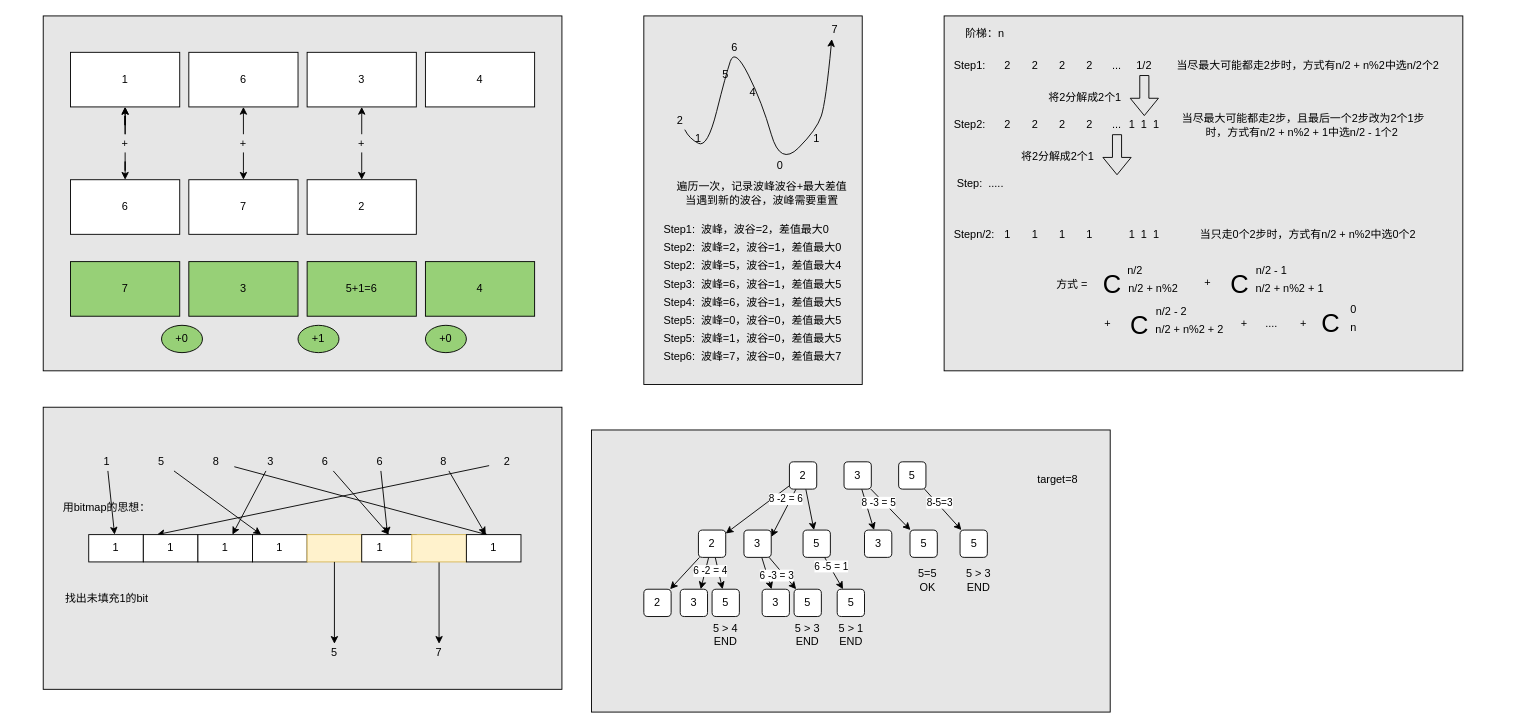
The draw.io diagram algorithm.drawio in luodongseu/diagrams, before the edit. Source tidied: cells renumbered, new cells numbered last; positions are measured from the earlier drawing's top-left corner, leaving out a move shared by most shapes. Both pictures are drawn from the tidied source at 91%, with x=0, y=0 at pixel (15, 15).
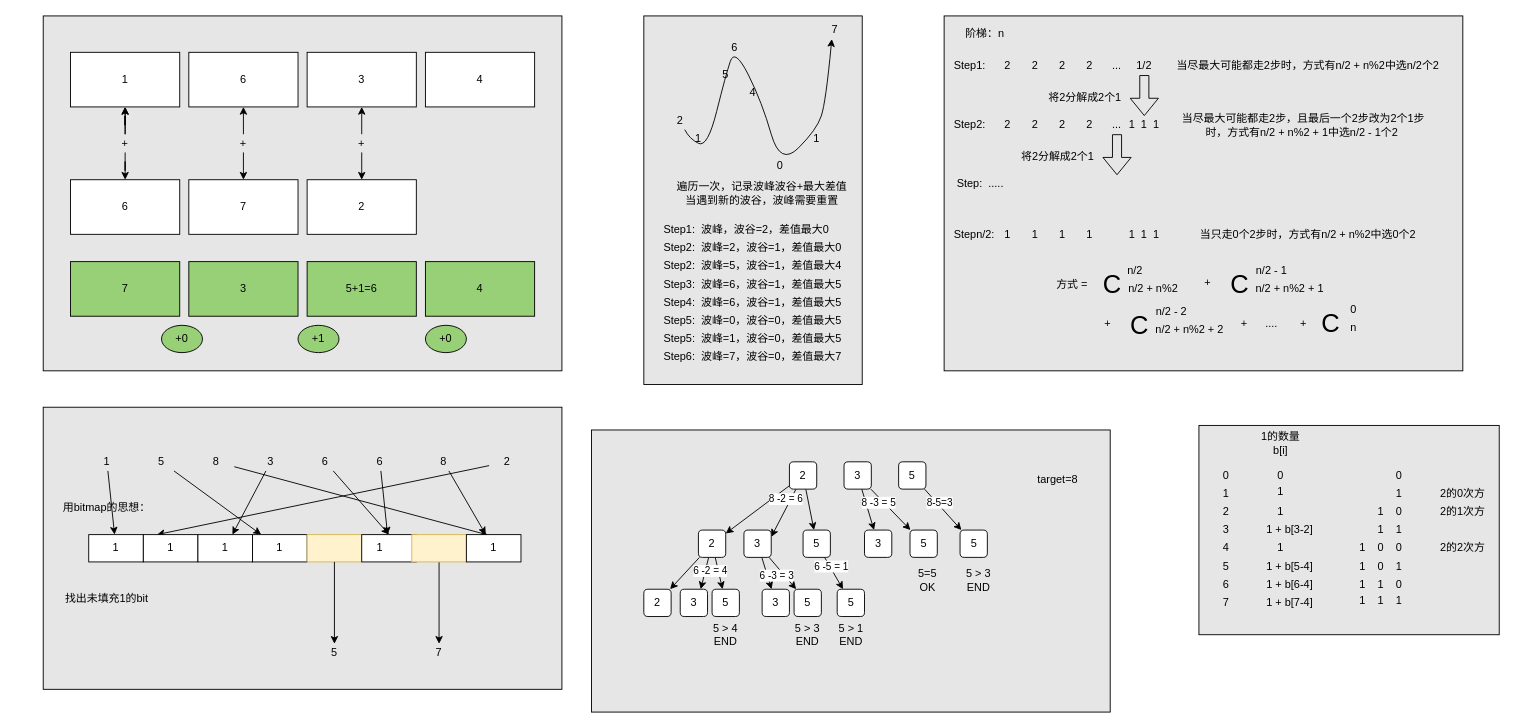
Above is the later version.

Diff of the diagram source:
```diff
@@
+    <mxCell id="171" style="rounded=0;whiteSpace=wrap;html=1;fillColor=#E6E6E6;" parent="1" vertex="1">
+      <mxGeometry x="1300" y="450" width="330" height="230" as="geometry" />
+    </mxCell>
+    <mxCell id="172" value="0" style="text;html=1;strokeColor=none;fillColor=none;align=center;verticalAlign=middle;whiteSpace=wrap;rounded=0;" parent="1" vertex="1">
+      <mxGeometry x="1310" y="495" width="40" height="20" as="geometry" />
+    </mxCell>
+    <mxCell id="173" value="0" style="text;html=1;strokeColor=none;fillColor=none;align=center;verticalAlign=middle;whiteSpace=wrap;rounded=0;" parent="1" vertex="1">
+      <mxGeometry x="1500" y="495" width="40" height="20" as="geometry" />
+    </mxCell>
+    <mxCell id="174" value="1" style="text;html=1;strokeColor=none;fillColor=none;align=center;verticalAlign=middle;whiteSpace=wrap;rounded=0;" parent="1" vertex="1">
+      <mxGeometry x="1310" y="515" width="40" height="20" as="geometry" />
+    </mxCell>
+    <mxCell id="175" value="1" style="text;html=1;strokeColor=none;fillColor=none;align=center;verticalAlign=middle;whiteSpace=wrap;rounded=0;" parent="1" vertex="1">
+      <mxGeometry x="1500" y="515" width="40" height="20" as="geometry" />
+    </mxCell>
+    <mxCell id="176" value="2" style="text;html=1;strokeColor=none;fillColor=none;align=center;verticalAlign=middle;whiteSpace=wrap;rounded=0;" parent="1" vertex="1">
+      <mxGeometry x="1310" y="535" width="40" height="20" as="geometry" />
+    </mxCell>
+    <mxCell id="177" value="0" style="text;html=1;strokeColor=none;fillColor=none;align=center;verticalAlign=middle;whiteSpace=wrap;rounded=0;" parent="1" vertex="1">
+      <mxGeometry x="1500" y="535" width="40" height="20" as="geometry" />
+    </mxCell>
+    <mxCell id="178" value="1" style="text;html=1;strokeColor=none;fillColor=none;align=center;verticalAlign=middle;whiteSpace=wrap;rounded=0;" parent="1" vertex="1">
+      <mxGeometry x="1480" y="535" width="40" height="20" as="geometry" />
+    </mxCell>
+    <mxCell id="179" value="3" style="text;html=1;strokeColor=none;fillColor=none;align=center;verticalAlign=middle;whiteSpace=wrap;rounded=0;" parent="1" vertex="1">
+      <mxGeometry x="1310" y="555" width="40" height="20" as="geometry" />
+    </mxCell>
+    <mxCell id="180" value="1" style="text;html=1;strokeColor=none;fillColor=none;align=center;verticalAlign=middle;whiteSpace=wrap;rounded=0;" parent="1" vertex="1">
+      <mxGeometry x="1500" y="555" width="40" height="20" as="geometry" />
+    </mxCell>
+    <mxCell id="181" value="1" style="text;html=1;strokeColor=none;fillColor=none;align=center;verticalAlign=middle;whiteSpace=wrap;rounded=0;" parent="1" vertex="1">
+      <mxGeometry x="1480" y="555" width="40" height="20" as="geometry" />
+    </mxCell>
+    <mxCell id="182" value="4" style="text;html=1;strokeColor=none;fillColor=none;align=center;verticalAlign=middle;whiteSpace=wrap;rounded=0;" parent="1" vertex="1">
+      <mxGeometry x="1310" y="575" width="40" height="20" as="geometry" />
+    </mxCell>
+    <mxCell id="183" value="1" style="text;html=1;strokeColor=none;fillColor=none;align=center;verticalAlign=middle;whiteSpace=wrap;rounded=0;" parent="1" vertex="1">
+      <mxGeometry x="1460" y="575" width="40" height="20" as="geometry" />
+    </mxCell>
+    <mxCell id="184" value="0" style="text;html=1;strokeColor=none;fillColor=none;align=center;verticalAlign=middle;whiteSpace=wrap;rounded=0;" parent="1" vertex="1">
+      <mxGeometry x="1480" y="575" width="40" height="20" as="geometry" />
+    </mxCell>
+    <mxCell id="185" value="0" style="text;html=1;strokeColor=none;fillColor=none;align=center;verticalAlign=middle;whiteSpace=wrap;rounded=0;" parent="1" vertex="1">
+      <mxGeometry x="1500" y="575" width="40" height="20" as="geometry" />
+    </mxCell>
+    <mxCell id="186" value="5" style="text;html=1;strokeColor=none;fillColor=none;align=center;verticalAlign=middle;whiteSpace=wrap;rounded=0;" parent="1" vertex="1">
+      <mxGeometry x="1310" y="595" width="40" height="20" as="geometry" />
+    </mxCell>
+    <mxCell id="187" value="1" style="text;html=1;strokeColor=none;fillColor=none;align=center;verticalAlign=middle;whiteSpace=wrap;rounded=0;" parent="1" vertex="1">
+      <mxGeometry x="1460" y="595" width="40" height="20" as="geometry" />
+    </mxCell>
+    <mxCell id="188" value="0" style="text;html=1;strokeColor=none;fillColor=none;align=center;verticalAlign=middle;whiteSpace=wrap;rounded=0;" parent="1" vertex="1">
+      <mxGeometry x="1480" y="595" width="40" height="20" as="geometry" />
+    </mxCell>
+    <mxCell id="189" value="1" style="text;html=1;strokeColor=none;fillColor=none;align=center;verticalAlign=middle;whiteSpace=wrap;rounded=0;" parent="1" vertex="1">
+      <mxGeometry x="1500" y="595" width="40" height="20" as="geometry" />
+    </mxCell>
+    <mxCell id="190" value="2的2次方" style="text;html=1;strokeColor=none;fillColor=none;align=center;verticalAlign=middle;whiteSpace=wrap;rounded=0;" parent="1" vertex="1">
+      <mxGeometry x="1560" y="575" width="60" height="20" as="geometry" />
+    </mxCell>
+    <mxCell id="191" value="2的1次方" style="text;html=1;strokeColor=none;fillColor=none;align=center;verticalAlign=middle;whiteSpace=wrap;rounded=0;" parent="1" vertex="1">
+      <mxGeometry x="1560" y="535" width="60" height="20" as="geometry" />
+    </mxCell>
+    <mxCell id="192" value="6" style="text;html=1;strokeColor=none;fillColor=none;align=center;verticalAlign=middle;whiteSpace=wrap;rounded=0;" parent="1" vertex="1">
+      <mxGeometry x="1310" y="615" width="40" height="20" as="geometry" />
+    </mxCell>
+    <mxCell id="193" value="1" style="text;html=1;strokeColor=none;fillColor=none;align=center;verticalAlign=middle;whiteSpace=wrap;rounded=0;" parent="1" vertex="1">
+      <mxGeometry x="1460" y="615" width="40" height="20" as="geometry" />
+    </mxCell>
+    <mxCell id="194" value="1" style="text;html=1;strokeColor=none;fillColor=none;align=center;verticalAlign=middle;whiteSpace=wrap;rounded=0;" parent="1" vertex="1">
+      <mxGeometry x="1480" y="615" width="40" height="20" as="geometry" />
+    </mxCell>
+    <mxCell id="195" value="0" style="text;html=1;strokeColor=none;fillColor=none;align=center;verticalAlign=middle;whiteSpace=wrap;rounded=0;" parent="1" vertex="1">
+      <mxGeometry x="1500" y="615" width="40" height="20" as="geometry" />
+    </mxCell>
+    <mxCell id="196" value="1的数量&lt;br&gt;b[i]" style="text;html=1;strokeColor=none;fillColor=none;align=center;verticalAlign=middle;whiteSpace=wrap;rounded=0;" parent="1" vertex="1">
+      <mxGeometry x="1360" y="460" width="60" height="20" as="geometry" />
+    </mxCell>
+    <mxCell id="197" value="0" style="text;html=1;strokeColor=none;fillColor=none;align=center;verticalAlign=middle;whiteSpace=wrap;rounded=0;" parent="1" vertex="1">
+      <mxGeometry x="1370" y="497.5" width="40" height="15" as="geometry" />
+    </mxCell>
+    <mxCell id="198" value="1" style="text;html=1;strokeColor=none;fillColor=none;align=center;verticalAlign=middle;whiteSpace=wrap;rounded=0;" parent="1" vertex="1">
+      <mxGeometry x="1370" y="515" width="40" height="15" as="geometry" />
+    </mxCell>
+    <mxCell id="199" value="2的0次方" style="text;html=1;strokeColor=none;fillColor=none;align=center;verticalAlign=middle;whiteSpace=wrap;rounded=0;" parent="1" vertex="1">
+      <mxGeometry x="1560" y="515" width="60" height="20" as="geometry" />
+    </mxCell>
+    <mxCell id="200" value="1" style="text;html=1;strokeColor=none;fillColor=none;align=center;verticalAlign=middle;whiteSpace=wrap;rounded=0;" parent="1" vertex="1">
+      <mxGeometry x="1370" y="577.5" width="40" height="15" as="geometry" />
+    </mxCell>
+    <mxCell id="201" value="1" style="text;html=1;strokeColor=none;fillColor=none;align=center;verticalAlign=middle;whiteSpace=wrap;rounded=0;" parent="1" vertex="1">
+      <mxGeometry x="1370" y="537.5" width="40" height="15" as="geometry" />
+    </mxCell>
+    <mxCell id="202" value="1 + b[3-2]" style="text;html=1;strokeColor=none;fillColor=none;align=center;verticalAlign=middle;whiteSpace=wrap;rounded=0;" parent="1" vertex="1">
+      <mxGeometry x="1370" y="557.5" width="60" height="15" as="geometry" />
+    </mxCell>
+    <mxCell id="203" value="1 + b[5-4]" style="text;html=1;strokeColor=none;fillColor=none;align=center;verticalAlign=middle;whiteSpace=wrap;rounded=0;" parent="1" vertex="1">
+      <mxGeometry x="1370" y="597.5" width="60" height="15" as="geometry" />
+    </mxCell>
+    <mxCell id="204" value="1 + b[6-4]" style="text;html=1;strokeColor=none;fillColor=none;align=center;verticalAlign=middle;whiteSpace=wrap;rounded=0;" parent="1" vertex="1">
+      <mxGeometry x="1370" y="617.5" width="60" height="15" as="geometry" />
+    </mxCell>
+    <mxCell id="205" value="7" style="text;html=1;strokeColor=none;fillColor=none;align=center;verticalAlign=middle;whiteSpace=wrap;rounded=0;" parent="1" vertex="1">
+      <mxGeometry x="1310" y="635" width="40" height="20" as="geometry" />
+    </mxCell>
+    <mxCell id="206" value="1 + b[7-4]" style="text;html=1;strokeColor=none;fillColor=none;align=center;verticalAlign=middle;whiteSpace=wrap;rounded=0;" parent="1" vertex="1">
+      <mxGeometry x="1370" y="637.5" width="60" height="15" as="geometry" />
+    </mxCell>
+    <mxCell id="207" value="1" style="text;html=1;strokeColor=none;fillColor=none;align=center;verticalAlign=middle;whiteSpace=wrap;rounded=0;" parent="1" vertex="1">
+      <mxGeometry x="1460" y="632.5" width="40" height="20" as="geometry" />
+    </mxCell>
+    <mxCell id="208" value="1" style="text;html=1;strokeColor=none;fillColor=none;align=center;verticalAlign=middle;whiteSpace=wrap;rounded=0;" parent="1" vertex="1">
+      <mxGeometry x="1480" y="632.5" width="40" height="20" as="geometry" />
+    </mxCell>
+    <mxCell id="209" value="1" style="text;html=1;strokeColor=none;fillColor=none;align=center;verticalAlign=middle;whiteSpace=wrap;rounded=0;" parent="1" vertex="1">
+      <mxGeometry x="1500" y="632.5" width="40" height="20" as="geometry" />
+    </mxCell>
```
